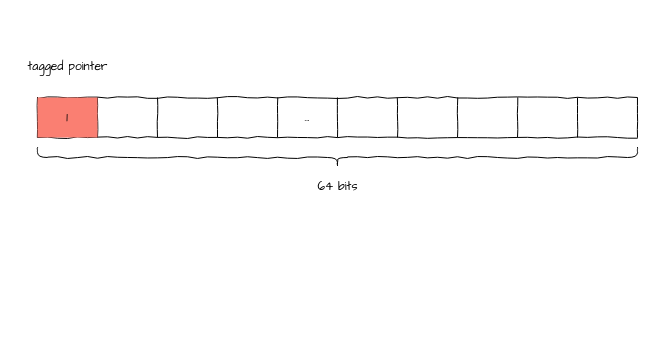
Before: tagged_pointer.drawio in silan-liu/drawio, a draw.io diagram. Source tidied: cells renumbered, new cells numbered last; positions are measured from the earlier drawing's top-left corner, leaving out a move shared by most shapes. Both pictures are drawn from the tidied source at 100%, with x=0, y=0 at pixel (17, 57).
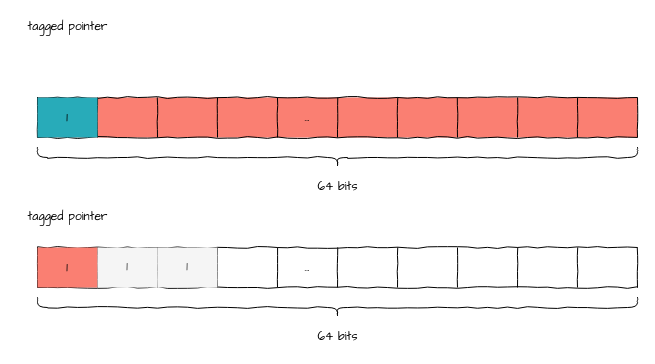
The same diagram, later.

Unchanged cells that the change refers to:
```xml
<mxCell id="3" style="shape=partialRectangle;html=1;whiteSpace=wrap;fillColor=none;top=0;left=0;bottom=0;right=0;" parent="2" vertex="1">
  <mxGeometry width="600" height="40" as="geometry" />
</mxCell>
```

Change to the diagram source:
```diff
@@
-    <mxCell id="2" style="shape=table;html=1;whiteSpace=wrap;startSize=0;childLayout=tableLayout;comic=1;fontFamily=Architects Daughter;" parent="1" vertex="1">
+    <mxCell id="2" style="shape=table;html=1;whiteSpace=wrap;startSize=0;childLayout=tableLayout;comic=1;fontFamily=Architects Daughter;fillColor=#FA7F72;" parent="1" vertex="1">
       <mxGeometry x="20" y="40" width="600" height="40" as="geometry" />
     </mxCell>
@@
-    <mxCell id="4" value="&lt;font face=&quot;Architects Daughter&quot;&gt;1&lt;/font&gt;" style="shape=partialRectangle;html=1;whiteSpace=wrap;overflow=hidden;top=0;left=0;bottom=0;right=0;fillColor=#FA7F72;fixDash=0;" parent="3" vertex="1">
+    <mxCell id="4" value="&lt;font face=&quot;Architects Daughter&quot;&gt;1&lt;/font&gt;" style="shape=partialRectangle;html=1;whiteSpace=wrap;overflow=hidden;top=0;left=0;bottom=0;right=0;fixDash=0;fillColor=#28ABB9;" parent="3" vertex="1">
       <mxGeometry width="60" height="40" as="geometry" />
     </mxCell>
@@
     <mxCell id="14" value="tagged pointer" style="text;html=1;align=center;verticalAlign=middle;fontFamily=Architects Daughter;" parent="1" vertex="1">
-      <mxGeometry width="100" height="20" as="geometry" />
+      <mxGeometry y="-40" width="100" height="20" as="geometry" />
     </mxCell>
@@
+    <mxCell id="17" style="shape=table;html=1;whiteSpace=wrap;startSize=0;childLayout=tableLayout;comic=1;fontFamily=Architects Daughter;" parent="1" vertex="1">
+      <mxGeometry x="20" y="190" width="600" height="40" as="geometry" />
+    </mxCell>
+    <mxCell id="18" style="shape=partialRectangle;html=1;whiteSpace=wrap;fillColor=none;top=0;left=0;bottom=0;right=0;" parent="17" vertex="1">
+      <mxGeometry width="600" height="40" as="geometry" />
+    </mxCell>
+    <mxCell id="19" value="&lt;font face=&quot;Architects Daughter&quot;&gt;1&lt;/font&gt;" style="shape=partialRectangle;html=1;whiteSpace=wrap;overflow=hidden;top=0;left=0;bottom=0;right=0;fillColor=#FA7F72;fixDash=0;" parent="18" vertex="1">
+      <mxGeometry width="60" height="40" as="geometry" />
+    </mxCell>
+    <mxCell id="20" value="1" style="shape=partialRectangle;html=1;whiteSpace=wrap;overflow=hidden;top=0;left=0;bottom=0;right=0;fontFamily=Architects Daughter;fillColor=#f5f5f5;comic=1;strokeColor=#666666;fontColor=#333333;" parent="18" vertex="1">
+      <mxGeometry x="60" width="60" height="40" as="geometry" />
+    </mxCell>
+    <mxCell id="21" value="1" style="shape=partialRectangle;html=1;whiteSpace=wrap;overflow=hidden;fillColor=#f5f5f5;top=0;left=0;bottom=0;right=0;fontFamily=Architects Daughter;strokeColor=#666666;fontColor=#333333;" parent="18" vertex="1">
+      <mxGeometry x="120" width="60" height="40" as="geometry" />
+    </mxCell>
+    <mxCell id="22" style="shape=partialRectangle;html=1;whiteSpace=wrap;overflow=hidden;fillColor=none;top=0;left=0;bottom=0;right=0;fontFamily=Architects Daughter;" parent="18" vertex="1">
+      <mxGeometry x="180" width="60" height="40" as="geometry" />
+    </mxCell>
+    <mxCell id="23" value="&lt;font face=&quot;Architects Daughter&quot;&gt;...&lt;/font&gt;" style="shape=partialRectangle;html=1;whiteSpace=wrap;overflow=hidden;fillColor=none;top=0;left=0;bottom=0;right=0;" parent="18" vertex="1">
+      <mxGeometry x="240" width="60" height="40" as="geometry" />
+    </mxCell>
+    <mxCell id="24" style="shape=partialRectangle;html=1;whiteSpace=wrap;overflow=hidden;fillColor=none;top=0;left=0;bottom=0;right=0;" parent="18" vertex="1">
+      <mxGeometry x="300" width="60" height="40" as="geometry" />
+    </mxCell>
+    <mxCell id="25" style="shape=partialRectangle;html=1;whiteSpace=wrap;overflow=hidden;fillColor=none;top=0;left=0;bottom=0;right=0;" parent="18" vertex="1">
+      <mxGeometry x="360" width="60" height="40" as="geometry" />
+    </mxCell>
+    <mxCell id="26" style="shape=partialRectangle;html=1;whiteSpace=wrap;overflow=hidden;fillColor=none;top=0;left=0;bottom=0;right=0;" parent="18" vertex="1">
+      <mxGeometry x="420" width="60" height="40" as="geometry" />
+    </mxCell>
+    <mxCell id="27" style="shape=partialRectangle;html=1;whiteSpace=wrap;overflow=hidden;fillColor=none;top=0;left=0;bottom=0;right=0;" parent="18" vertex="1">
+      <mxGeometry x="480" width="60" height="40" as="geometry" />
+    </mxCell>
+    <mxCell id="28" style="shape=partialRectangle;html=1;whiteSpace=wrap;overflow=hidden;fillColor=none;top=0;left=0;bottom=0;right=0;" parent="18" vertex="1">
+      <mxGeometry x="540" width="60" height="40" as="geometry" />
+    </mxCell>
+    <mxCell id="29" value="tagged pointer" style="text;html=1;align=center;verticalAlign=middle;fontFamily=Architects Daughter;" parent="1" vertex="1">
+      <mxGeometry y="150" width="100" height="20" as="geometry" />
+    </mxCell>
+    <mxCell id="30" style="shape=curlyBracket;whiteSpace=wrap;html=1;rounded=1;comic=1;fillColor=#FA7F72;fontFamily=Architects Daughter;direction=north;" parent="1" vertex="1">
+      <mxGeometry x="20" y="240" width="600" height="20" as="geometry" />
+    </mxCell>
+    <mxCell id="31" value="64 bits" style="text;html=1;align=center;verticalAlign=middle;fontFamily=Architects Daughter;" parent="1" vertex="1">
+      <mxGeometry x="290" y="270" width="60" height="20" as="geometry" />
+    </mxCell>
```
